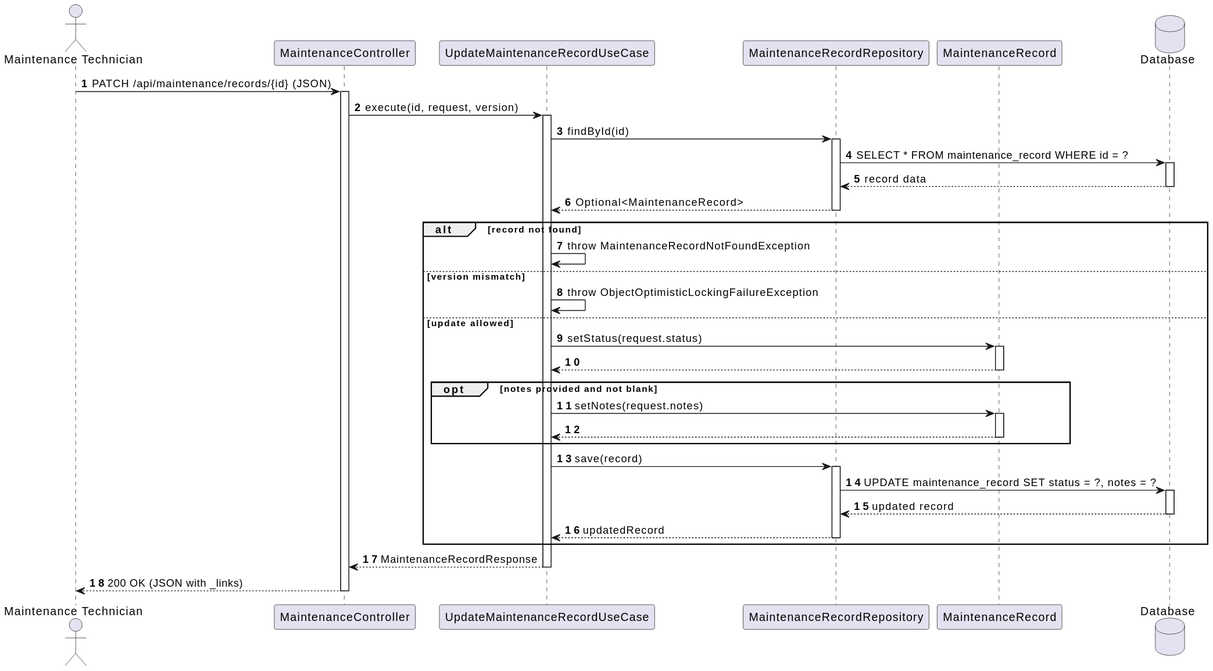
This is docs/system-documentation/use-cases/WP4A/US119/svg/sd_us119.svg from VascoMagolo/psoft_1231562_1241692_1242036_2db, a PlantUML export, as it was before one commit.
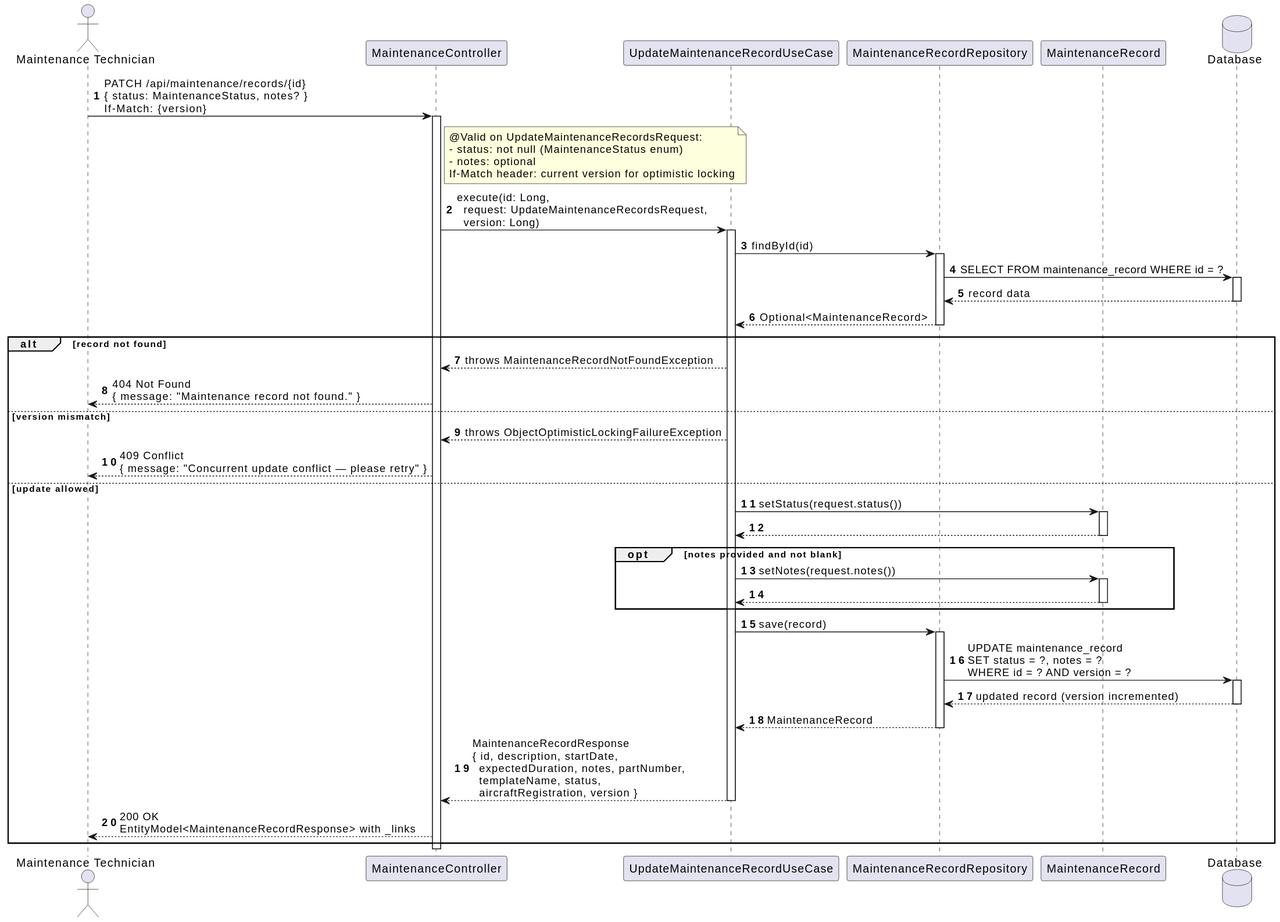
After the change.

Change to the diagram source:
```diff
@@ -6,44 +6,61 @@
 participant "MaintenanceRecordRepository" as Repo
 participant "MaintenanceRecord" as Entity
 database "Database" as DB
-MT -> Ctrl : PATCH /api/maintenance/records/{id} (JSON)
+
+MT -> Ctrl : PATCH /api/maintenance/records/{id}\n{ status: MaintenanceStatus, notes? }\nIf-Match: {version}
 activate Ctrl
-Ctrl -> UC : execute(id, request, version)
+
+note right of Ctrl
+  @Valid on UpdateMaintenanceRecordsRequest:
+  - status: not null (MaintenanceStatus enum)
+  - notes: optional
+  If-Match header: current version for optimistic locking
+end note
+
+Ctrl -> UC : execute(id: Long,\n  request: UpdateMaintenanceRecordsRequest,\n  version: Long)
 activate UC
+
 UC -> Repo : findById(id)
 activate Repo
-Repo -> DB : SELECT * FROM maintenance_record WHERE id = ?
+Repo -> DB : SELECT FROM maintenance_record WHERE id = ?
 activate DB
 DB --> Repo : record data
 deactivate DB
 Repo --> UC : Optional<MaintenanceRecord>
 deactivate Repo
+
 alt record not found
-    UC -> UC : throw MaintenanceRecordNotFoundException
+  UC --> Ctrl : throws MaintenanceRecordNotFoundException
+  Ctrl --> MT : 404 Not Found\n{ message: "Maintenance record not found." }
 else version mismatch
-    UC -> UC : throw ObjectOptimisticLockingFailureException
+  UC --> Ctrl : throws ObjectOptimisticLockingFailureException
+  Ctrl --> MT : 409 Conflict\n{ message: "Concurrent update conflict — please retry" }
 else update allowed
-    UC -> Entity : setStatus(request.status)
+  UC -> Entity : setStatus(request.status())
+  activate Entity
+  Entity --> UC
+  deactivate Entity
+
+  opt notes provided and not blank
+    UC -> Entity : setNotes(request.notes())
     activate Entity
     Entity --> UC
     deactivate Entity
-    opt notes provided and not blank
-        UC -> Entity : setNotes(request.notes)
-        activate Entity
-        Entity --> UC
-        deactivate Entity
-    end
-    UC -> Repo : save(record)
-    activate Repo
-    Repo -> DB : UPDATE maintenance_record SET status = ?, notes = ?
-    activate DB
-    DB --> Repo : updated record
-deactivate DB
-    Repo --> UC : updatedRecord
-    deactivate Repo
+  end
+
+  UC -> Repo : save(record)
+  activate Repo
+  Repo -> DB : UPDATE maintenance_record\nSET status = ?, notes = ?\nWHERE id = ? AND version = ?
+  activate DB
+  DB --> Repo : updated record (version incremented)
+  deactivate DB
+  Repo --> UC : MaintenanceRecord
+  deactivate Repo
+
+  UC --> Ctrl : MaintenanceRecordResponse\n{ id, description, startDate,\n  expectedDuration, notes, partNumber,\n  templateName, status,\n  aircraftRegistration, version }
+  deactivate UC
+  Ctrl --> MT : 200 OK\nEntityModel<MaintenanceRecordResponse> with _links
 end
-UC --> Ctrl : MaintenanceRecordResponse
-deactivate UC
-Ctrl --> MT : 200 OK (JSON with _links)
+
 deactivate Ctrl
 @enduml
```
